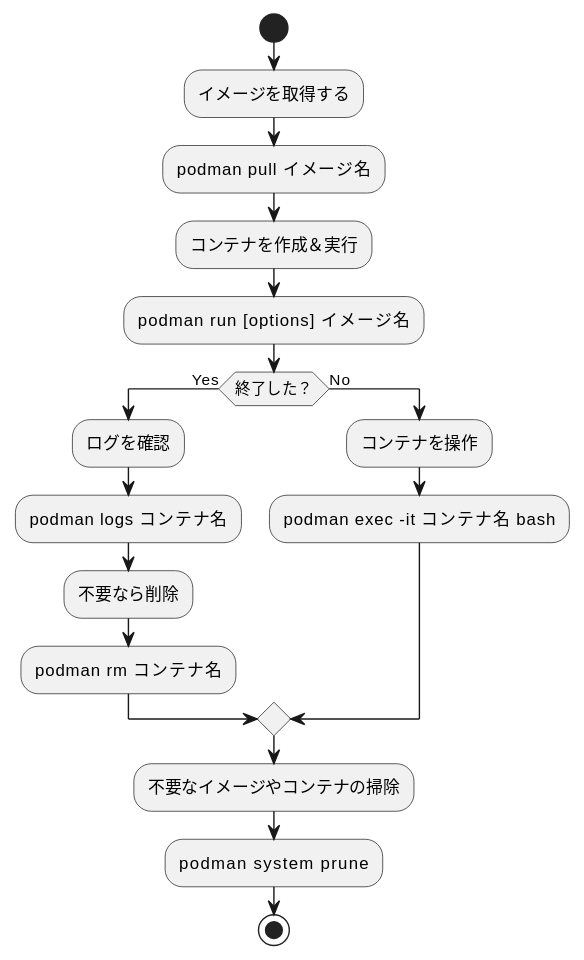
This is out/it_podman_memo1.svg from coacoa/images, a PlantUML export, as it was before one commit. The source it was exported from:
```plantuml
@startuml
start

:イメージを取得する;
:podman pull イメージ名;

:コンテナを作成＆実行;
:podman run [options] イメージ名;

if (終了した？) then (Yes)
  :ログを確認;
  :podman logs コンテナ名;

  :不要なら削除;
  :podman rm コンテナ名;
else (No)
  :コンテナを操作;
  :podman exec -it コンテナ名 bash;
endif

:不要なイメージやコンテナの掃除;
:podman system prune;

stop
@enduml
```
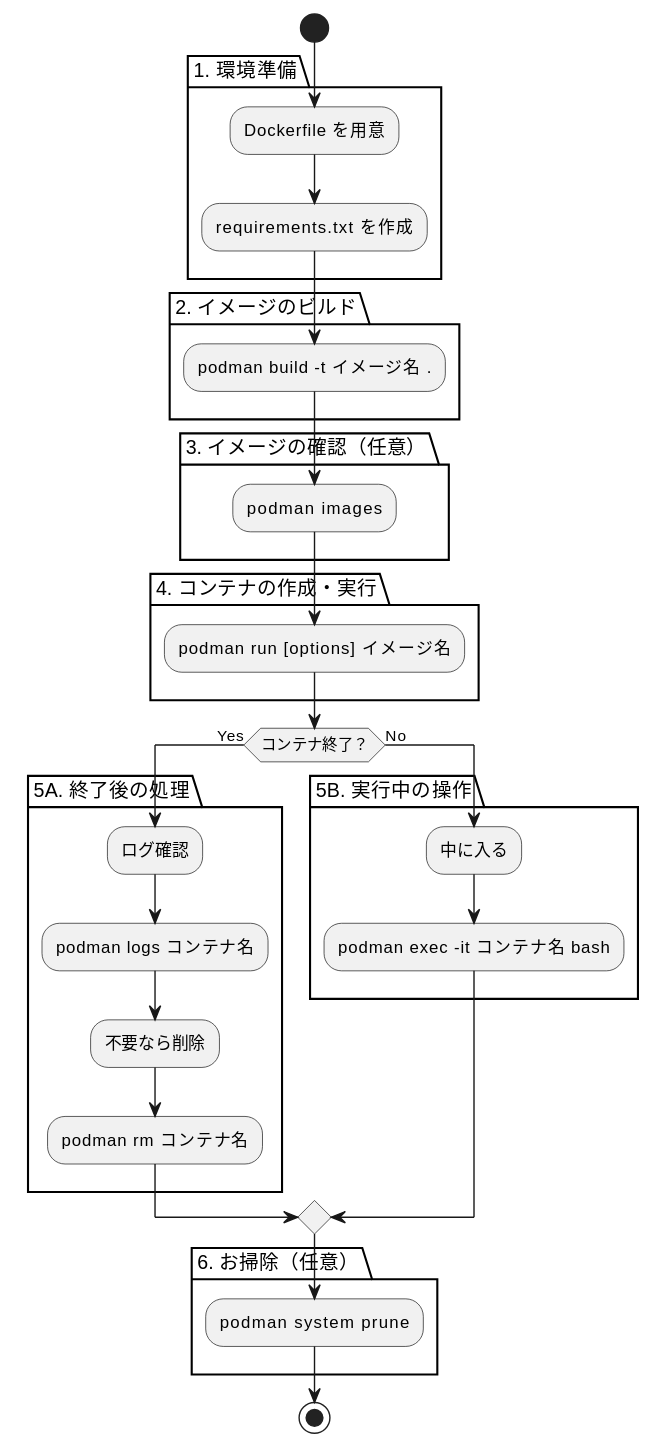
After the change.

Diff of the diagram source:
```diff
@@ -1,25 +1,44 @@
 @startuml
+skinparam packageStyle rectangle
+skinparam defaultTextAlignment center
+
 start
 
-:イメージを取得する;
-:podman pull イメージ名;
+package "1. 環境準備" {
+  :Dockerfile を用意;
+  :requirements.txt を作成;
+}
 
-:コンテナを作成＆実行;
-:podman run [options] イメージ名;
+package "2. イメージのビルド" {
+  :podman build -t イメージ名 .;
+}
 
-if (終了した？) then (Yes)
-  :ログを確認;
-  :podman logs コンテナ名;
+package "3. イメージの確認（任意）" {
+  :podman images;
+}
 
-  :不要なら削除;
-  :podman rm コンテナ名;
+package "4. コンテナの作成・実行" {
+  :podman run [options] イメージ名;
+}
+
+if (コンテナ終了？) then (Yes)
+  package "5A. 終了後の処理" {
+    :ログ確認;
+    :podman logs コンテナ名;
+
+    :不要なら削除;
+    :podman rm コンテナ名;
+  }
 else (No)
-  :コンテナを操作;
-  :podman exec -it コンテナ名 bash;
+  package "5B. 実行中の操作" {
+    :中に入る;
+    :podman exec -it コンテナ名 bash;
+  }
 endif
 
-:不要なイメージやコンテナの掃除;
-:podman system prune;
+package "6. お掃除（任意）" {
+  :podman system prune;
+}
 
 stop
 @enduml
```
